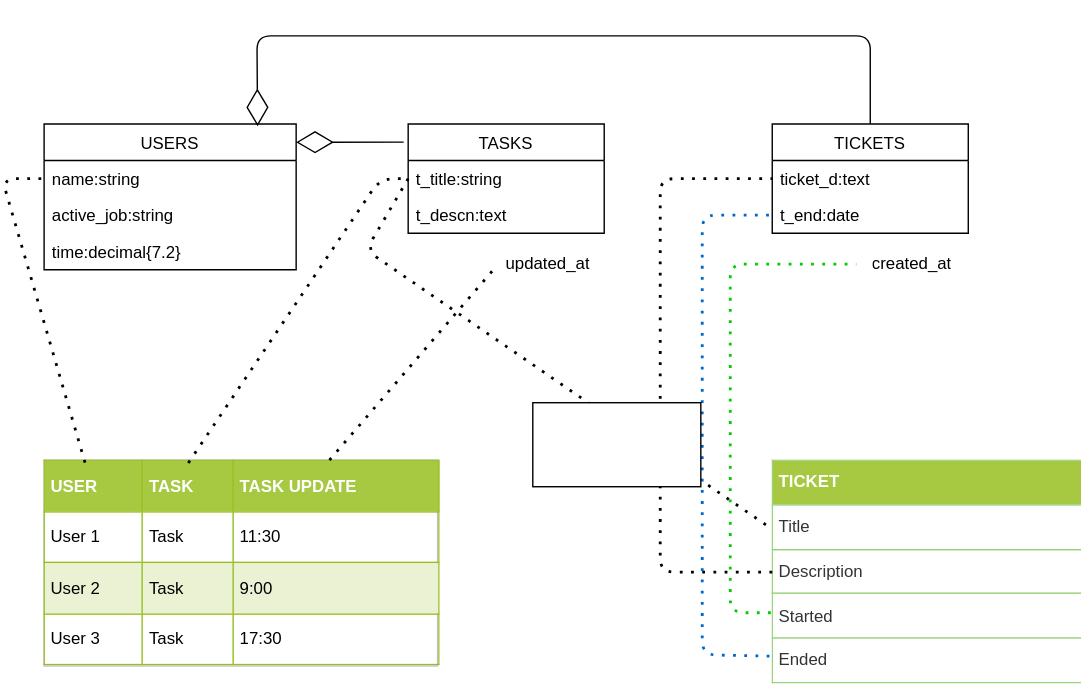
Above: Myapp.svg in Roru-cmd/Myapp (draw.io), before the change. Source tidied: cells renumbered, new cells last; positions are measured from the earlier drawing's top-left corner, leaving out a move shared by most shapes.
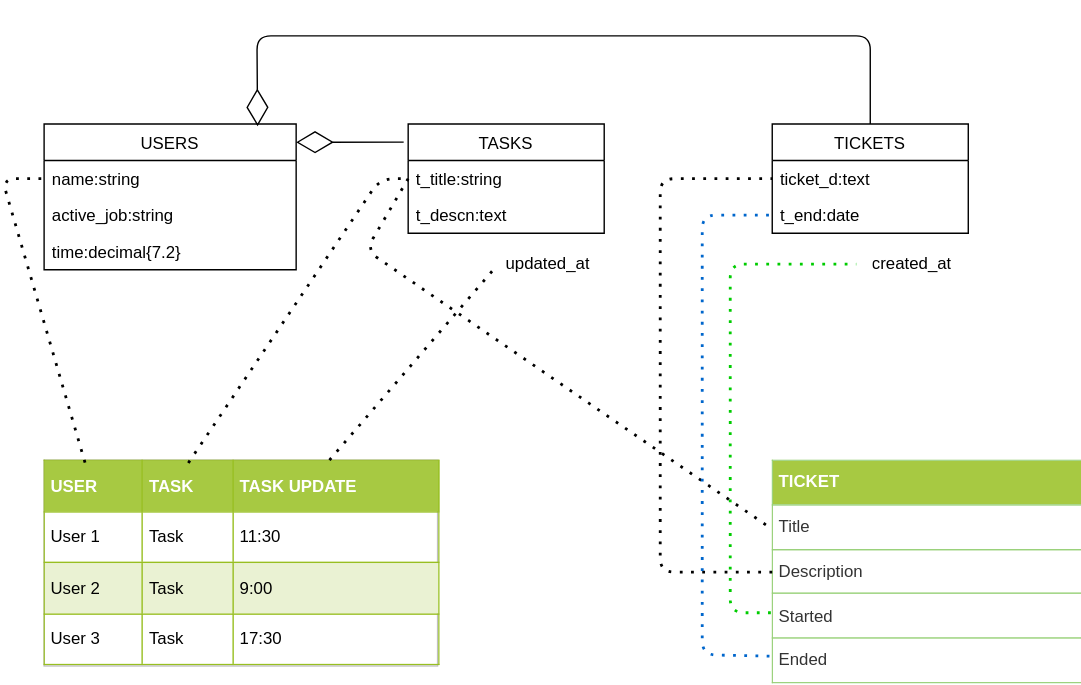
Later version of the same file.

Diff of the diagram source:
```diff
@@ -118,8 +118,5 @@
         <mxGeometry x="610" y="153" width="80" height="20" as="geometry" />
       </mxCell>
     </object>
-    <mxCell id="26" style="rounded=0;whiteSpace=wrap;html=1;" parent="1" vertex="1">
-      <mxGeometry x="379" y="262" width="120" height="60" as="geometry" />
-    </mxCell>
   </root>
 </mxGraphModel>
```
